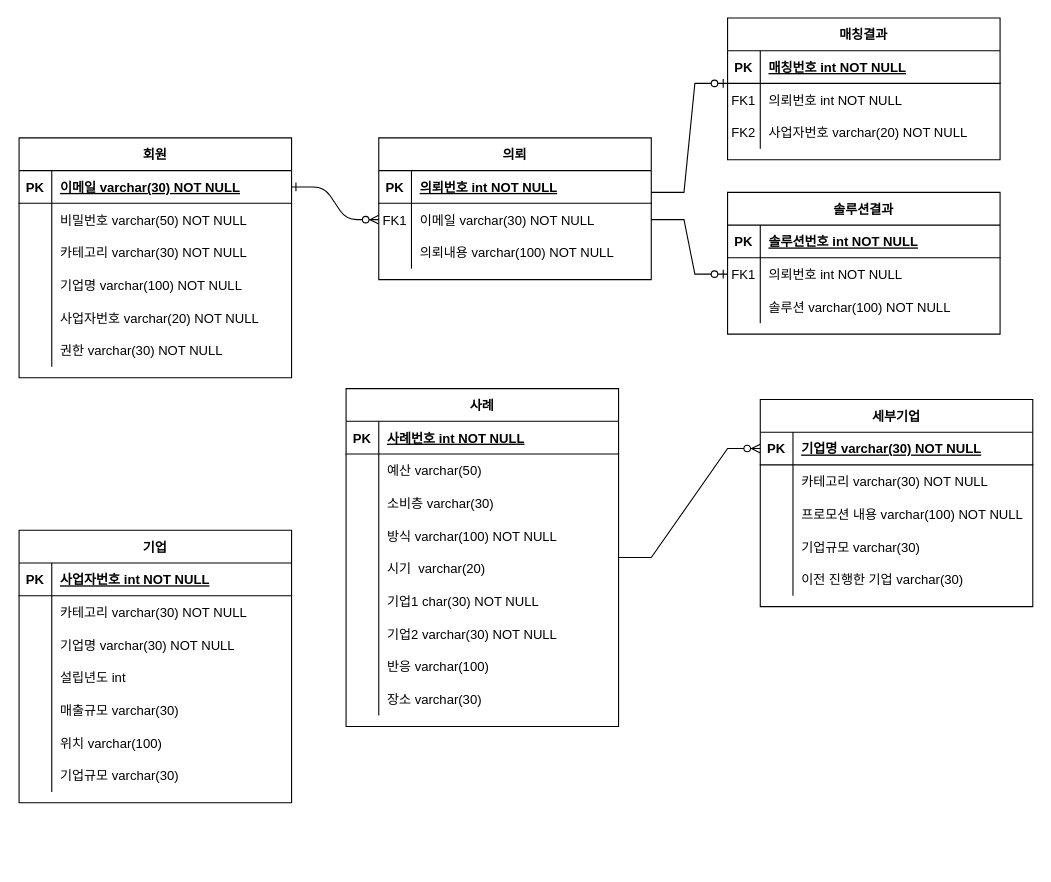
hanbinpark/Spring keeps this draw.io diagram as ER.drawio. Above is the earlier version. Source tidied: cells renumbered, new cells numbered last; positions are measured from the earlier drawing's top-left corner, leaving out a move shared by most shapes. Both pictures are drawn from the tidied source at 109%, with x=0, y=0 at pixel (19, 17).
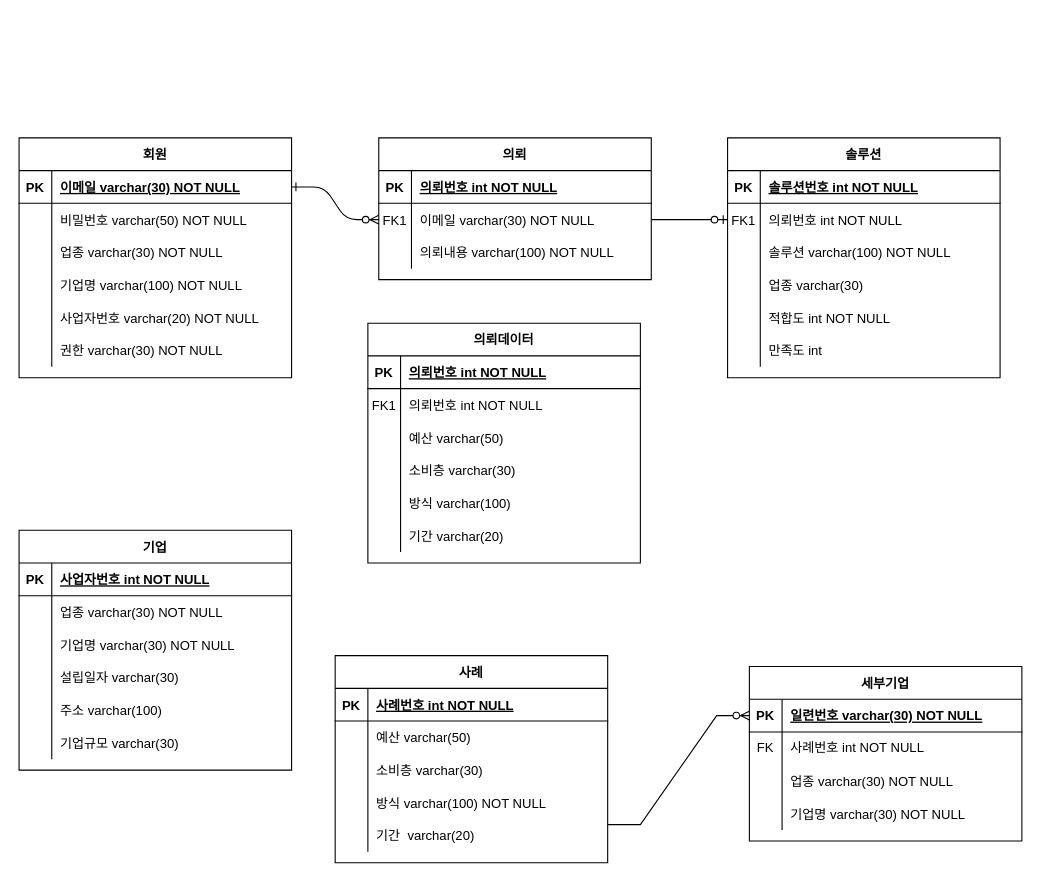
The same page after the edit.

The change refers to these unchanged cells:
```xml
<mxCell id="30" style="shape=tableRow;horizontal=0;startSize=0;swimlaneHead=0;swimlaneBody=0;fillColor=none;top=0;left=0;right=0;bottom=0;" parent="23" vertex="1">
  <mxGeometry y="90" width="250" height="30" as="geometry" />
</mxCell>
<mxCell id="56" style="shape=tableRow;horizontal=0;startSize=0;swimlaneHead=0;swimlaneBody=0;fillColor=none;top=0;left=0;right=0;bottom=0;" parent="52" vertex="1">
  <mxGeometry y="60" width="250" height="30" as="geometry" />
</mxCell>
<mxCell id="62" style="shape=tableRow;horizontal=0;startSize=0;swimlaneHead=0;swimlaneBody=0;fillColor=none;top=0;left=0;right=0;bottom=0;" parent="52" vertex="1">
  <mxGeometry y="120" width="250" height="30" as="geometry" />
</mxCell>
<mxCell id="89" style="shape=tableRow;horizontal=0;startSize=0;swimlaneHead=0;swimlaneBody=0;fillColor=none;top=0;left=0;right=0;bottom=0;" parent="76" vertex="1">
  <mxGeometry y="150" width="250" height="30" as="geometry" />
</mxCell>
<mxCell id="105" style="shape=partialRectangle;fillColor=none;points=[[0,0.5],[1,0.5]];portConstraint=eastwest;top=0;left=0;right=0;bottom=1;" parent="104" vertex="1">
  <mxGeometry y="30" width="250" height="30" as="geometry" />
</mxCell>
```

What changed in the source:
```diff
@@
-    <mxCell id="13" value="매칭결과" style="shape=table;startSize=30;childLayout=tableLayout;rowLines=0;fontStyle=1;align=center;" parent="1" vertex="1">
-      <mxGeometry x="650" width="250" height="130" as="geometry" />
-    </mxCell>
-    <mxCell id="14" style="shape=partialRectangle;fillColor=none;top=0;left=0;right=0;bottom=1;" parent="13" vertex="1">
-      <mxGeometry y="30" width="250" height="30" as="geometry" />
-    </mxCell>
-    <mxCell id="15" value="PK" style="shape=partialRectangle;overflow=hidden;fillColor=none;top=0;left=0;bottom=0;right=0;fontStyle=1;" parent="14" vertex="1">
-      <mxGeometry width="30" height="30" as="geometry" />
-    </mxCell>
-    <mxCell id="16" value="매칭번호 int NOT NULL " style="shape=partialRectangle;overflow=hidden;fillColor=none;top=0;left=0;bottom=0;right=0;align=left;spacingLeft=6;fontStyle=5;" parent="14" vertex="1">
-      <mxGeometry x="30" width="220" height="30" as="geometry" />
-    </mxCell>
-    <mxCell id="17" style="shape=partialRectangle;fillColor=none;top=0;left=0;right=0;bottom=0;" parent="13" vertex="1">
-      <mxGeometry y="60" width="250" height="30" as="geometry" />
-    </mxCell>
-    <mxCell id="18" value="FK1" style="shape=partialRectangle;overflow=hidden;fillColor=none;top=0;left=0;bottom=0;right=0;" parent="17" vertex="1">
-      <mxGeometry width="30" height="30" as="geometry" />
-    </mxCell>
-    <mxCell id="19" value="의뢰번호 int NOT NULL" style="shape=partialRectangle;overflow=hidden;fillColor=none;top=0;left=0;bottom=0;right=0;align=left;spacingLeft=6;" parent="17" vertex="1">
-      <mxGeometry x="30" width="220" height="30" as="geometry" />
-    </mxCell>
-    <mxCell id="20" style="shape=partialRectangle;fillColor=none;top=0;left=0;right=0;bottom=0;" parent="13" vertex="1">
-      <mxGeometry y="90" width="250" height="30" as="geometry" />
-    </mxCell>
-    <mxCell id="21" value="FK2" style="shape=partialRectangle;overflow=hidden;fillColor=none;top=0;left=0;bottom=0;right=0;" parent="20" vertex="1">
-      <mxGeometry width="30" height="30" as="geometry" />
-    </mxCell>
-    <mxCell id="22" value="사업자번호 varchar(20) NOT NULL" style="shape=partialRectangle;overflow=hidden;fillColor=none;top=0;left=0;bottom=0;right=0;align=left;spacingLeft=6;" parent="20" vertex="1">
-      <mxGeometry x="30" width="220" height="30" as="geometry" />
-    </mxCell>
@@
-    <mxCell id="32" value="카테고리 varchar(30) NOT NULL" style="shape=partialRectangle;fillColor=none;top=0;left=0;bottom=0;right=0;align=left;spacingLeft=6;overflow=hidden;" parent="30" vertex="1">
+    <mxCell id="32" value="업종 varchar(30) NOT NULL" style="shape=partialRectangle;fillColor=none;top=0;left=0;bottom=0;right=0;align=left;spacingLeft=6;overflow=hidden;" parent="30" vertex="1">
       <mxGeometry x="30" width="220" height="30" as="geometry" />
     </mxCell>
@@
-    <mxCell id="42" value="솔루션결과" style="shape=table;startSize=30;childLayout=tableLayout;rowLines=0;fontStyle=1;align=center;" parent="1" vertex="1">
-      <mxGeometry x="650" y="160" width="250" height="130" as="geometry" />
+    <mxCell id="42" value="솔루션" style="shape=table;startSize=30;childLayout=tableLayout;rowLines=0;fontStyle=1;align=center;" parent="1" vertex="1">
+      <mxGeometry x="650" y="110" width="250" height="220" as="geometry" />
     </mxCell>
@@
+    <mxCell id="114" style="shape=tableRow;horizontal=0;startSize=0;swimlaneHead=0;swimlaneBody=0;fillColor=none;top=0;left=0;right=0;bottom=0;" parent="42" vertex="1">
+      <mxGeometry y="120" width="250" height="30" as="geometry" />
+    </mxCell>
+    <mxCell id="121" style="shape=partialRectangle;fillColor=none;top=0;left=0;bottom=0;right=0;overflow=hidden;" parent="114" vertex="1">
+      <mxGeometry width="30" height="30" as="geometry" />
+    </mxCell>
+    <mxCell id="122" value="업종 varchar(30) " style="shape=partialRectangle;fillColor=none;top=0;left=0;bottom=0;right=0;align=left;spacingLeft=6;overflow=hidden;" parent="114" vertex="1">
+      <mxGeometry x="30" width="220" height="30" as="geometry" />
+    </mxCell>
+    <mxCell id="123" style="shape=tableRow;horizontal=0;startSize=0;swimlaneHead=0;swimlaneBody=0;fillColor=none;top=0;left=0;right=0;bottom=0;" parent="42" vertex="1">
+      <mxGeometry y="150" width="250" height="30" as="geometry" />
+    </mxCell>
+    <mxCell id="124" style="shape=partialRectangle;fillColor=none;top=0;left=0;bottom=0;right=0;overflow=hidden;" parent="123" vertex="1">
+      <mxGeometry width="30" height="30" as="geometry" />
+    </mxCell>
+    <mxCell id="125" value="적합도 int NOT NULL" style="shape=partialRectangle;fillColor=none;top=0;left=0;bottom=0;right=0;align=left;spacingLeft=6;overflow=hidden;" parent="123" vertex="1">
+      <mxGeometry x="30" width="220" height="30" as="geometry" />
+    </mxCell>
+    <mxCell id="126" style="shape=tableRow;horizontal=0;startSize=0;swimlaneHead=0;swimlaneBody=0;fillColor=none;top=0;left=0;right=0;bottom=0;" parent="42" vertex="1">
+      <mxGeometry y="180" width="250" height="30" as="geometry" />
+    </mxCell>
+    <mxCell id="127" style="shape=partialRectangle;fillColor=none;top=0;left=0;bottom=0;right=0;overflow=hidden;" parent="126" vertex="1">
+      <mxGeometry width="30" height="30" as="geometry" />
+    </mxCell>
+    <mxCell id="128" value="만족도 int" style="shape=partialRectangle;fillColor=none;top=0;left=0;bottom=0;right=0;align=left;spacingLeft=6;overflow=hidden;" parent="126" vertex="1">
+      <mxGeometry x="30" width="220" height="30" as="geometry" />
+    </mxCell>
     <mxCell id="52" value="기업" style="shape=table;startSize=30;childLayout=tableLayout;rowLines=0;fontStyle=1;align=center;" parent="1" vertex="1">
-      <mxGeometry y="470" width="250" height="250" as="geometry" />
+      <mxGeometry y="470" width="250" height="220" as="geometry" />
     </mxCell>
@@
-    <mxCell id="58" value="카테고리 varchar(30) NOT NULL" style="shape=partialRectangle;fillColor=none;top=0;left=0;bottom=0;right=0;align=left;spacingLeft=6;overflow=hidden;" parent="56" vertex="1">
+    <mxCell id="58" value="업종 varchar(30) NOT NULL" style="shape=partialRectangle;fillColor=none;top=0;left=0;bottom=0;right=0;align=left;spacingLeft=6;overflow=hidden;" parent="56" vertex="1">
       <mxGeometry x="30" width="220" height="30" as="geometry" />
     </mxCell>
@@
-    <mxCell id="64" value="설립년도 int " style="shape=partialRectangle;fillColor=none;top=0;left=0;bottom=0;right=0;align=left;spacingLeft=6;overflow=hidden;" parent="62" vertex="1">
+    <mxCell id="64" value="설립일자 varchar(30)  " style="shape=partialRectangle;fillColor=none;top=0;left=0;bottom=0;right=0;align=left;spacingLeft=6;overflow=hidden;" parent="62" vertex="1">
       <mxGeometry x="30" width="220" height="30" as="geometry" />
     </mxCell>
-    <mxCell id="65" style="shape=tableRow;horizontal=0;startSize=0;swimlaneHead=0;swimlaneBody=0;fillColor=none;top=0;left=0;right=0;bottom=0;" parent="52" vertex="1">
-      <mxGeometry y="150" width="250" height="30" as="geometry" />
-    </mxCell>
-    <mxCell id="66" style="shape=partialRectangle;fillColor=none;top=0;left=0;bottom=0;right=0;overflow=hidden;" parent="65" vertex="1">
-      <mxGeometry width="30" height="30" as="geometry" />
-    </mxCell>
-    <mxCell id="67" value="매출규모 varchar(30)" style="shape=partialRectangle;fillColor=none;top=0;left=0;bottom=0;right=0;align=left;spacingLeft=6;overflow=hidden;" parent="65" vertex="1">
-      <mxGeometry x="30" width="220" height="30" as="geometry" />
-    </mxCell>
     <mxCell id="68" style="shape=tableRow;horizontal=0;startSize=0;swimlaneHead=0;swimlaneBody=0;fillColor=none;top=0;left=0;right=0;bottom=0;" parent="52" vertex="1">
-      <mxGeometry y="180" width="250" height="30" as="geometry" />
+      <mxGeometry y="150" width="250" height="30" as="geometry" />
     </mxCell>
@@
-    <mxCell id="70" value="위치 varchar(100)" style="shape=partialRectangle;fillColor=none;top=0;left=0;bottom=0;right=0;align=left;spacingLeft=6;overflow=hidden;" parent="68" vertex="1">
+    <mxCell id="70" value="주소 varchar(100)" style="shape=partialRectangle;fillColor=none;top=0;left=0;bottom=0;right=0;align=left;spacingLeft=6;overflow=hidden;" parent="68" vertex="1">
       <mxGeometry x="30" width="220" height="30" as="geometry" />
     </mxCell>
     <mxCell id="71" style="shape=tableRow;horizontal=0;startSize=0;swimlaneHead=0;swimlaneBody=0;fillColor=none;top=0;left=0;right=0;bottom=0;" parent="52" vertex="1">
-      <mxGeometry y="210" width="250" height="30" as="geometry" />
+      <mxGeometry y="180" width="250" height="30" as="geometry" />
     </mxCell>
@@
-    <mxCell id="74" style="edgeStyle=entityRelationEdgeStyle;fontSize=12;html=1;endArrow=ERzeroToOne;endFill=1;rounded=0;" parent="1" edge="1">
-      <mxGeometry relative="1" as="geometry">
-        <mxPoint x="580" y="160" as="sourcePoint" />
-        <mxPoint x="650" y="60" as="targetPoint" />
-      </mxGeometry>
-    </mxCell>
@@
     <mxCell id="76" value="사례" style="shape=table;startSize=30;childLayout=tableLayout;rowLines=0;fontStyle=1;align=center;" parent="1" vertex="1">
-      <mxGeometry x="300" y="340" width="250" height="310" as="geometry" />
+      <mxGeometry x="290" y="585" width="250" height="190" as="geometry" />
     </mxCell>
@@
-    <mxCell id="91" value="시기  varchar(20) " style="shape=partialRectangle;fillColor=none;top=0;left=0;bottom=0;right=0;align=left;spacingLeft=6;overflow=hidden;" parent="89" vertex="1">
+    <mxCell id="91" value="기간  varchar(20) " style="shape=partialRectangle;fillColor=none;top=0;left=0;bottom=0;right=0;align=left;spacingLeft=6;overflow=hidden;" parent="89" vertex="1">
       <mxGeometry x="30" width="220" height="30" as="geometry" />
     </mxCell>
-    <mxCell id="92" style="shape=tableRow;horizontal=0;startSize=0;swimlaneHead=0;swimlaneBody=0;fillColor=none;top=0;left=0;right=0;bottom=0;" parent="76" vertex="1">
-      <mxGeometry y="180" width="250" height="30" as="geometry" />
-    </mxCell>
-    <mxCell id="93" style="shape=partialRectangle;fillColor=none;top=0;left=0;bottom=0;right=0;overflow=hidden;" parent="92" vertex="1">
-      <mxGeometry width="30" height="30" as="geometry" />
-    </mxCell>
-    <mxCell id="94" value="기업1 char(30) NOT NULL" style="shape=partialRectangle;fillColor=none;top=0;left=0;bottom=0;right=0;align=left;spacingLeft=6;overflow=hidden;" parent="92" vertex="1">
-      <mxGeometry x="30" width="220" height="30" as="geometry" />
-    </mxCell>
-    <mxCell id="95" style="shape=tableRow;horizontal=0;startSize=0;swimlaneHead=0;swimlaneBody=0;fillColor=none;top=0;left=0;right=0;bottom=0;" parent="76" vertex="1">
-      <mxGeometry y="210" width="250" height="30" as="geometry" />
-    </mxCell>
-    <mxCell id="96" style="shape=partialRectangle;fillColor=none;top=0;left=0;bottom=0;right=0;overflow=hidden;" parent="95" vertex="1">
-      <mxGeometry width="30" height="30" as="geometry" />
-    </mxCell>
-    <mxCell id="97" value="기업2 varchar(30) NOT NULL" style="shape=partialRectangle;fillColor=none;top=0;left=0;bottom=0;right=0;align=left;spacingLeft=6;overflow=hidden;" parent="95" vertex="1">
-      <mxGeometry x="30" width="220" height="30" as="geometry" />
-    </mxCell>
-    <mxCell id="98" style="shape=tableRow;horizontal=0;startSize=0;swimlaneHead=0;swimlaneBody=0;fillColor=none;top=0;left=0;right=0;bottom=0;" parent="76" vertex="1">
-      <mxGeometry y="240" width="250" height="30" as="geometry" />
-    </mxCell>
-    <mxCell id="99" style="shape=partialRectangle;fillColor=none;top=0;left=0;bottom=0;right=0;overflow=hidden;" parent="98" vertex="1">
-      <mxGeometry width="30" height="30" as="geometry" />
-    </mxCell>
-    <mxCell id="100" value="반응 varchar(100) " style="shape=partialRectangle;fillColor=none;top=0;left=0;bottom=0;right=0;align=left;spacingLeft=6;overflow=hidden;" parent="98" vertex="1">
-      <mxGeometry x="30" width="220" height="30" as="geometry" />
-    </mxCell>
-    <mxCell id="101" style="shape=tableRow;horizontal=0;startSize=0;swimlaneHead=0;swimlaneBody=0;fillColor=none;top=0;left=0;right=0;bottom=0;" parent="76" vertex="1">
-      <mxGeometry y="270" width="250" height="30" as="geometry" />
-    </mxCell>
-    <mxCell id="102" style="shape=partialRectangle;fillColor=none;top=0;left=0;bottom=0;right=0;overflow=hidden;" parent="101" vertex="1">
-      <mxGeometry width="30" height="30" as="geometry" />
-    </mxCell>
-    <mxCell id="103" value="장소 varchar(30)" style="shape=partialRectangle;fillColor=none;top=0;left=0;bottom=0;right=0;align=left;spacingLeft=6;overflow=hidden;" parent="101" vertex="1">
-      <mxGeometry x="30" width="220" height="30" as="geometry" />
-    </mxCell>
     <mxCell id="104" value="세부기업" style="shape=table;startSize=30;childLayout=tableLayout;rowLines=0;fontStyle=1;align=center;" parent="1" vertex="1">
-      <mxGeometry x="680" y="350" width="250" height="190" as="geometry" />
+      <mxGeometry x="670" y="595" width="250" height="160" as="geometry" />
     </mxCell>
@@
-    <mxCell id="107" value="기업명 varchar(30) NOT NULL" style="shape=partialRectangle;overflow=hidden;fillColor=none;top=0;left=0;bottom=0;right=0;align=left;spacingLeft=6;fontStyle=5;" parent="105" vertex="1">
+    <mxCell id="107" value="일련번호 varchar(30) NOT NULL" style="shape=partialRectangle;overflow=hidden;fillColor=none;top=0;left=0;bottom=0;right=0;align=left;spacingLeft=6;fontStyle=5;" parent="105" vertex="1">
       <mxGeometry x="30" width="220" height="30" as="geometry" />
     </mxCell>
+    <mxCell id="129" style="shape=tableRow;horizontal=0;startSize=0;swimlaneHead=0;swimlaneBody=0;fillColor=none;top=0;left=0;right=0;bottom=0;" parent="104" vertex="1">
+      <mxGeometry y="60" width="250" height="30" as="geometry" />
+    </mxCell>
+    <mxCell id="130" value="FK" style="shape=partialRectangle;fillColor=none;top=0;left=0;bottom=0;right=0;fontStyle=0;overflow=hidden;whiteSpace=wrap;html=1;" parent="129" vertex="1">
+      <mxGeometry width="30" height="30" as="geometry" />
+    </mxCell>
+    <mxCell id="131" value="사례번호 int NOT NULL" style="shape=partialRectangle;fillColor=none;top=0;left=0;bottom=0;right=0;align=left;spacingLeft=6;fontStyle=0;overflow=hidden;whiteSpace=wrap;html=1;" parent="129" vertex="1">
+      <mxGeometry x="30" width="220" height="30" as="geometry" />
+    </mxCell>
     <mxCell id="108" style="shape=tableRow;horizontal=0;startSize=0;swimlaneHead=0;swimlaneBody=0;fillColor=none;top=0;left=0;right=0;bottom=0;" parent="104" vertex="1">
-      <mxGeometry y="60" width="250" height="30" as="geometry" />
+      <mxGeometry y="90" width="250" height="30" as="geometry" />
     </mxCell>
@@
-    <mxCell id="110" value="카테고리 varchar(30) NOT NULL" style="shape=partialRectangle;fillColor=none;top=0;left=0;bottom=0;right=0;align=left;spacingLeft=6;overflow=hidden;" parent="108" vertex="1">
+    <mxCell id="110" value="업종 varchar(30) NOT NULL" style="shape=partialRectangle;fillColor=none;top=0;left=0;bottom=0;right=0;align=left;spacingLeft=6;overflow=hidden;" parent="108" vertex="1">
       <mxGeometry x="30" width="220" height="30" as="geometry" />
     </mxCell>
     <mxCell id="111" style="shape=tableRow;horizontal=0;startSize=0;swimlaneHead=0;swimlaneBody=0;fillColor=none;top=0;left=0;right=0;bottom=0;" parent="104" vertex="1">
-      <mxGeometry y="90" width="250" height="30" as="geometry" />
+      <mxGeometry y="120" width="250" height="30" as="geometry" />
     </mxCell>
@@
-    <mxCell id="113" value="프로모션 내용 varchar(100) NOT NULL" style="shape=partialRectangle;fillColor=none;top=0;left=0;bottom=0;right=0;align=left;spacingLeft=6;overflow=hidden;" parent="111" vertex="1">
+    <mxCell id="113" value="기업명 varchar(30) NOT NULL" style="shape=partialRectangle;fillColor=none;top=0;left=0;bottom=0;right=0;align=left;spacingLeft=6;overflow=hidden;" parent="111" vertex="1">
       <mxGeometry x="30" width="220" height="30" as="geometry" />
     </mxCell>
-    <mxCell id="114" style="shape=tableRow;horizontal=0;startSize=0;swimlaneHead=0;swimlaneBody=0;fillColor=none;top=0;left=0;right=0;bottom=0;" parent="104" vertex="1">
-      <mxGeometry y="120" width="250" height="30" as="geometry" />
-    </mxCell>
-    <mxCell id="115" style="shape=partialRectangle;fillColor=none;top=0;left=0;bottom=0;right=0;overflow=hidden;" parent="114" vertex="1">
-      <mxGeometry width="30" height="30" as="geometry" />
-    </mxCell>
-    <mxCell id="116" value="기업규모 varchar(30)" style="shape=partialRectangle;fillColor=none;top=0;left=0;bottom=0;right=0;align=left;spacingLeft=6;overflow=hidden;" parent="114" vertex="1">
-      <mxGeometry x="30" width="220" height="30" as="geometry" />
-    </mxCell>
-    <mxCell id="117" style="shape=tableRow;horizontal=0;startSize=0;swimlaneHead=0;swimlaneBody=0;fillColor=none;top=0;left=0;right=0;bottom=0;" parent="104" vertex="1">
-      <mxGeometry y="150" width="250" height="30" as="geometry" />
-    </mxCell>
-    <mxCell id="118" style="shape=partialRectangle;fillColor=none;top=0;left=0;bottom=0;right=0;overflow=hidden;" parent="117" vertex="1">
-      <mxGeometry width="30" height="30" as="geometry" />
-    </mxCell>
-    <mxCell id="119" value="이전 진행한 기업 varchar(30)" style="shape=partialRectangle;fillColor=none;top=0;left=0;bottom=0;right=0;align=left;spacingLeft=6;overflow=hidden;" parent="117" vertex="1">
-      <mxGeometry x="30" width="220" height="30" as="geometry" />
-    </mxCell>
     <mxCell id="120" style="edgeStyle=entityRelationEdgeStyle;fontSize=12;html=1;endArrow=ERzeroToMany;endFill=1;rounded=0;entryX=0;entryY=0.5;entryDx=0;entryDy=0;" parent="1" edge="1" target="105">
       <mxGeometry relative="1" as="geometry">
-        <mxPoint x="550" y="495" as="sourcePoint" />
+        <mxPoint x="540" y="740" as="sourcePoint" />
       </mxGeometry>
     </mxCell>
+    <mxCell id="132" value="의뢰데이터" style="shape=table;startSize=30;childLayout=tableLayout;rowLines=0;fontStyle=1;align=center;" parent="1" vertex="1">
+      <mxGeometry x="320" y="280" width="250" height="220" as="geometry" />
+    </mxCell>
+    <mxCell id="14" style="shape=partialRectangle;fillColor=none;top=0;left=0;right=0;bottom=1;" parent="132" vertex="1">
+      <mxGeometry y="30" width="250" height="30" as="geometry" />
+    </mxCell>
+    <mxCell id="15" value="PK" style="shape=partialRectangle;overflow=hidden;fillColor=none;top=0;left=0;bottom=0;right=0;fontStyle=1;" parent="14" vertex="1">
+      <mxGeometry width="30" height="30" as="geometry" />
+    </mxCell>
+    <mxCell id="133" value="의뢰번호 int NOT NULL " style="shape=partialRectangle;overflow=hidden;fillColor=none;top=0;left=0;bottom=0;right=0;align=left;spacingLeft=6;fontStyle=5;" parent="14" vertex="1">
+      <mxGeometry x="30" width="220" height="30" as="geometry" />
+    </mxCell>
+    <mxCell id="17" style="shape=partialRectangle;fillColor=none;top=0;left=0;right=0;bottom=0;" parent="132" vertex="1">
+      <mxGeometry y="60" width="250" height="30" as="geometry" />
+    </mxCell>
+    <mxCell id="18" value="FK1" style="shape=partialRectangle;overflow=hidden;fillColor=none;top=0;left=0;bottom=0;right=0;" parent="17" vertex="1">
+      <mxGeometry width="30" height="30" as="geometry" />
+    </mxCell>
+    <mxCell id="19" value="의뢰번호 int NOT NULL" style="shape=partialRectangle;overflow=hidden;fillColor=none;top=0;left=0;bottom=0;right=0;align=left;spacingLeft=6;" parent="17" vertex="1">
+      <mxGeometry x="30" width="220" height="30" as="geometry" />
+    </mxCell>
+    <mxCell id="134" style="shape=tableRow;horizontal=0;startSize=0;swimlaneHead=0;swimlaneBody=0;fillColor=none;top=0;left=0;right=0;bottom=0;" parent="132" vertex="1">
+      <mxGeometry y="90" width="250" height="30" as="geometry" />
+    </mxCell>
+    <mxCell id="135" style="shape=partialRectangle;fillColor=none;top=0;left=0;bottom=0;right=0;overflow=hidden;" parent="134" vertex="1">
+      <mxGeometry width="30" height="30" as="geometry" />
+    </mxCell>
+    <mxCell id="136" value="예산 varchar(50)" style="shape=partialRectangle;fillColor=none;top=0;left=0;bottom=0;right=0;align=left;spacingLeft=6;overflow=hidden;" parent="134" vertex="1">
+      <mxGeometry x="30" width="220" height="30" as="geometry" />
+    </mxCell>
+    <mxCell id="137" style="shape=partialRectangle;fillColor=none;top=0;left=0;right=0;bottom=0;" parent="132" vertex="1">
+      <mxGeometry y="120" width="250" height="30" as="geometry" />
+    </mxCell>
+    <mxCell id="138" style="shape=partialRectangle;overflow=hidden;fillColor=none;top=0;left=0;bottom=0;right=0;" parent="137" vertex="1">
+      <mxGeometry width="30" height="30" as="geometry" />
+    </mxCell>
+    <mxCell id="139" value="소비층 varchar(30) " style="shape=partialRectangle;overflow=hidden;fillColor=none;top=0;left=0;bottom=0;right=0;align=left;spacingLeft=6;" parent="137" vertex="1">
+      <mxGeometry x="30" width="220" height="30" as="geometry" />
+    </mxCell>
+    <mxCell id="140" style="shape=tableRow;horizontal=0;startSize=0;swimlaneHead=0;swimlaneBody=0;fillColor=none;top=0;left=0;right=0;bottom=0;" parent="132" vertex="1">
+      <mxGeometry y="150" width="250" height="30" as="geometry" />
+    </mxCell>
+    <mxCell id="141" style="shape=partialRectangle;fillColor=none;top=0;left=0;bottom=0;right=0;overflow=hidden;" parent="140" vertex="1">
+      <mxGeometry width="30" height="30" as="geometry" />
+    </mxCell>
+    <mxCell id="142" value="방식 varchar(100) " style="shape=partialRectangle;fillColor=none;top=0;left=0;bottom=0;right=0;align=left;spacingLeft=6;overflow=hidden;" parent="140" vertex="1">
+      <mxGeometry x="30" width="220" height="30" as="geometry" />
+    </mxCell>
+    <mxCell id="143" style="shape=tableRow;horizontal=0;startSize=0;swimlaneHead=0;swimlaneBody=0;fillColor=none;top=0;left=0;right=0;bottom=0;" parent="132" vertex="1">
+      <mxGeometry y="180" width="250" height="30" as="geometry" />
+    </mxCell>
+    <mxCell id="144" style="shape=partialRectangle;fillColor=none;top=0;left=0;bottom=0;right=0;overflow=hidden;" parent="143" vertex="1">
+      <mxGeometry width="30" height="30" as="geometry" />
+    </mxCell>
+    <mxCell id="145" value="기간 varchar(20)" style="shape=partialRectangle;fillColor=none;top=0;left=0;bottom=0;right=0;align=left;spacingLeft=6;overflow=hidden;" parent="143" vertex="1">
+      <mxGeometry x="30" width="220" height="30" as="geometry" />
+    </mxCell>
```
